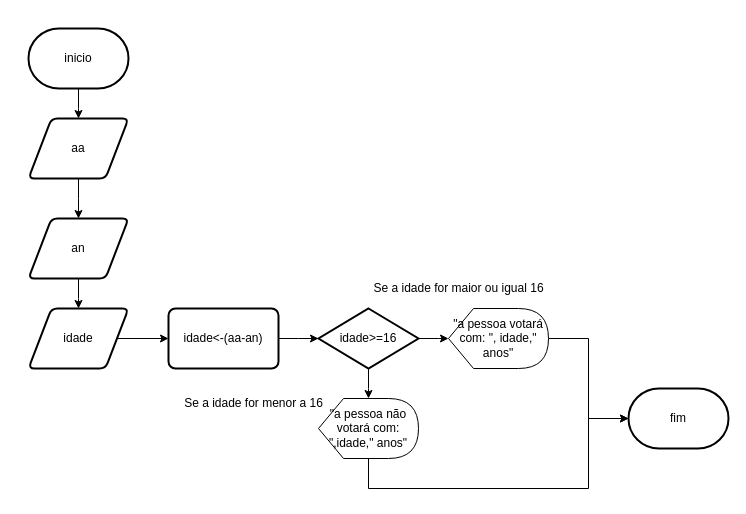
MarcosWPinheiroM/php keeps this draw.io diagram as 2ATVquestão5.drawio. Above is the earlier version. Source tidied: cells renumbered, new cells numbered last; positions are measured from the earlier drawing's top-left corner, leaving out a move shared by most shapes. Both pictures are drawn from the tidied source at 100%, with x=0, y=0 at pixel (28, 28).
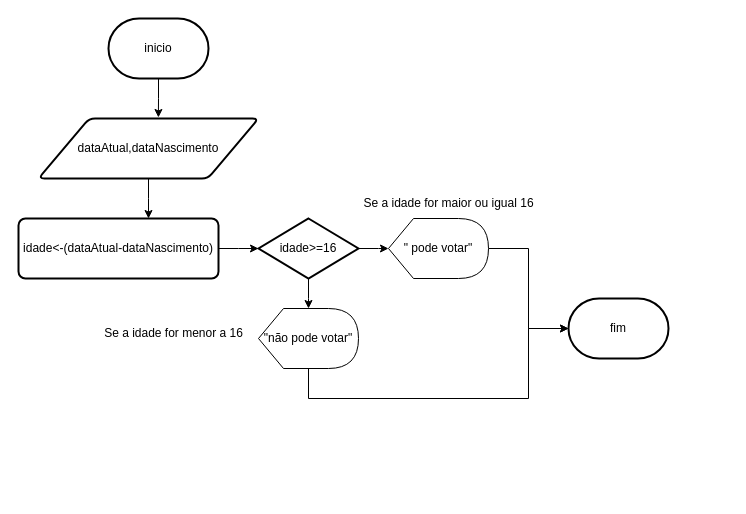
Above is the later version.

Diff of the diagram source:
```diff
@@
-    <mxCell id="2" style="edgeStyle=orthogonalEdgeStyle;rounded=0;jettySize=auto;html=1;" parent="1" edge="1" source="3">
-      <mxGeometry relative="1" as="geometry">
-        <mxPoint x="50" y="90" as="targetPoint" />
-      </mxGeometry>
-    </mxCell>
+    <mxCell id="22" style="edgeStyle=orthogonalEdgeStyle;rounded=0;jettySize=auto;html=1;entryX=0.545;entryY=-0.017;entryDx=0;entryDy=0;entryPerimeter=0;" parent="1" edge="1" source="3" target="5">
+      <mxGeometry relative="1" as="geometry" />
+    </mxCell>
     <mxCell id="3" value="inicio" style="strokeWidth=2;html=1;shape=mxgraph.flowchart.terminator;whiteSpace=wrap;" parent="1" vertex="1">
-      <mxGeometry width="100" height="60" as="geometry" />
+      <mxGeometry x="80" y="-10" width="100" height="60" as="geometry" />
     </mxCell>
-    <mxCell id="4" style="edgeStyle=orthogonalEdgeStyle;rounded=0;jettySize=auto;html=1;" parent="1" edge="1" source="5">
-      <mxGeometry relative="1" as="geometry">
-        <mxPoint x="50" y="190" as="targetPoint" />
-      </mxGeometry>
-    </mxCell>
+    <mxCell id="23" style="edgeStyle=orthogonalEdgeStyle;rounded=0;jettySize=auto;html=1;" parent="1" edge="1" source="5">
+      <mxGeometry relative="1" as="geometry">
+        <mxPoint x="120" y="190" as="targetPoint" />
+      </mxGeometry>
+    </mxCell>
-    <mxCell id="5" value="aa" style="shape=parallelogram;html=1;strokeWidth=2;perimeter=parallelogramPerimeter;whiteSpace=wrap;rounded=1;arcSize=12;size=0.23;" parent="1" vertex="1">
-      <mxGeometry y="90" width="100" height="60" as="geometry" />
+    <mxCell id="5" value="dataAtual,dataNascimento" style="shape=parallelogram;html=1;strokeWidth=2;perimeter=parallelogramPerimeter;whiteSpace=wrap;rounded=1;arcSize=12;size=0.23;" parent="1" vertex="1">
+      <mxGeometry x="10" y="90" width="220" height="60" as="geometry" />
     </mxCell>
-    <mxCell id="6" style="edgeStyle=orthogonalEdgeStyle;rounded=0;jettySize=auto;html=1;" parent="1" edge="1" source="7">
-      <mxGeometry relative="1" as="geometry">
-        <mxPoint x="50" y="280" as="targetPoint" />
-      </mxGeometry>
-    </mxCell>
-    <mxCell id="7" value="an" style="shape=parallelogram;html=1;strokeWidth=2;perimeter=parallelogramPerimeter;whiteSpace=wrap;rounded=1;arcSize=12;size=0.23;" parent="1" vertex="1">
-      <mxGeometry y="190" width="100" height="60" as="geometry" />
-    </mxCell>
-    <mxCell id="8" style="edgeStyle=orthogonalEdgeStyle;rounded=0;jettySize=auto;html=1;entryX=0;entryY=0.5;entryDx=0;entryDy=0;entryPerimeter=0;" parent="1" edge="1" source="9" target="11">
-      <mxGeometry relative="1" as="geometry" />
-    </mxCell>
-    <mxCell id="9" value="idade" style="shape=parallelogram;html=1;strokeWidth=2;perimeter=parallelogramPerimeter;whiteSpace=wrap;rounded=1;arcSize=12;size=0.23;" parent="1" vertex="1">
-      <mxGeometry y="280" width="100" height="60" as="geometry" />
-    </mxCell>
     <mxCell id="10" style="edgeStyle=orthogonalEdgeStyle;rounded=0;jettySize=auto;html=1;" parent="1" edge="1" source="11">
       <mxGeometry relative="1" as="geometry">
-        <mxPoint x="290" y="310" as="targetPoint" />
+        <mxPoint x="230" y="220" as="targetPoint" />
       </mxGeometry>
     </mxCell>
-    <mxCell id="11" value="idade&amp;lt;-(aa-an)" style="rounded=1;whiteSpace=wrap;html=1;absoluteArcSize=1;arcSize=14;strokeWidth=2;" parent="1" vertex="1">
-      <mxGeometry x="140" y="280" width="110" height="60" as="geometry" />
+    <mxCell id="11" value="idade&amp;lt;-(dataAtual-dataNascimento)" style="rounded=1;whiteSpace=wrap;html=1;absoluteArcSize=1;arcSize=14;strokeWidth=2;" parent="1" vertex="1">
+      <mxGeometry x="-10" y="190" width="200" height="60" as="geometry" />
     </mxCell>
     <mxCell id="12" style="edgeStyle=orthogonalEdgeStyle;rounded=0;jettySize=auto;html=1;" parent="1" edge="1" source="14">
       <mxGeometry relative="1" as="geometry">
-        <mxPoint x="420" y="310" as="targetPoint" />
+        <mxPoint x="360" y="220" as="targetPoint" />
       </mxGeometry>
     </mxCell>
     <mxCell id="13" style="edgeStyle=orthogonalEdgeStyle;rounded=0;jettySize=auto;html=1;" parent="1" edge="1" source="14">
       <mxGeometry relative="1" as="geometry">
-        <mxPoint x="340" y="370" as="targetPoint" />
+        <mxPoint x="280" y="280" as="targetPoint" />
       </mxGeometry>
     </mxCell>
     <mxCell id="14" value="idade&amp;gt;=16" style="strokeWidth=2;html=1;shape=mxgraph.flowchart.decision;whiteSpace=wrap;" parent="1" vertex="1">
-      <mxGeometry x="290" y="280" width="100" height="60" as="geometry" />
+      <mxGeometry x="230" y="190" width="100" height="60" as="geometry" />
     </mxCell>
     <mxCell id="15" style="edgeStyle=orthogonalEdgeStyle;rounded=0;jettySize=auto;html=1;" parent="1" edge="1" source="16">
       <mxGeometry relative="1" as="geometry">
-        <mxPoint x="600" y="390" as="targetPoint" />
+        <mxPoint x="540" y="300" as="targetPoint" />
         <Array as="points">
-          <mxPoint x="560" y="310" />
-          <mxPoint x="560" y="390" />
-          <mxPoint x="600" y="390" />
+          <mxPoint x="500" y="220" />
+          <mxPoint x="500" y="300" />
+          <mxPoint x="540" y="300" />
         </Array>
       </mxGeometry>
     </mxCell>
-    <mxCell id="16" value="&quot;a pessoa votará com: &quot;, idade,&quot; anos&quot;" style="shape=display;whiteSpace=wrap;html=1;" parent="1" vertex="1">
-      <mxGeometry x="420" y="280" width="100" height="60" as="geometry" />
+    <mxCell id="16" value="&quot; pode votar&quot;" style="shape=display;whiteSpace=wrap;html=1;" parent="1" vertex="1">
+      <mxGeometry x="360" y="190" width="100" height="60" as="geometry" />
     </mxCell>
     <mxCell id="17" style="edgeStyle=orthogonalEdgeStyle;rounded=0;jettySize=auto;html=1;" parent="1" edge="1" source="18">
       <mxGeometry relative="1" as="geometry">
-        <mxPoint x="600" y="390" as="targetPoint" />
+        <mxPoint x="540" y="300" as="targetPoint" />
         <Array as="points">
-          <mxPoint x="340" y="460" />
-          <mxPoint x="560" y="460" />
-          <mxPoint x="560" y="390" />
+          <mxPoint x="280" y="370" />
+          <mxPoint x="500" y="370" />
+          <mxPoint x="500" y="300" />
         </Array>
       </mxGeometry>
     </mxCell>
-    <mxCell id="18" value="&quot;a pessoa não votará com: &quot;,idade,&quot; anos&quot;" style="shape=display;whiteSpace=wrap;html=1;" parent="1" vertex="1">
-      <mxGeometry x="290" y="370" width="100" height="60" as="geometry" />
+    <mxCell id="18" value="&quot;não pode votar&quot;" style="shape=display;whiteSpace=wrap;html=1;" parent="1" vertex="1">
+      <mxGeometry x="230" y="280" width="100" height="60" as="geometry" />
     </mxCell>
     <mxCell id="19" value="fim" style="strokeWidth=2;html=1;shape=mxgraph.flowchart.terminator;whiteSpace=wrap;" parent="1" vertex="1">
-      <mxGeometry x="600" y="360" width="100" height="60" as="geometry" />
+      <mxGeometry x="540" y="270" width="100" height="60" as="geometry" />
     </mxCell>
     <mxCell id="20" value="Se a idade for menor a 16" style="text;html=1;align=center;verticalAlign=middle;strokeColor=none;fillColor=none;" parent="1" vertex="1">
-      <mxGeometry x="140" y="360" width="170" height="30" as="geometry" />
+      <mxGeometry x="60" y="290" width="170" height="30" as="geometry" />
     </mxCell>
     <mxCell id="21" value="Se a idade for maior ou igual 16" style="text;html=1;align=center;verticalAlign=middle;strokeColor=none;fillColor=none;" parent="1" vertex="1">
-      <mxGeometry x="330" y="245" width="200" height="30" as="geometry" />
+      <mxGeometry x="320" y="160" width="200" height="30" as="geometry" />
     </mxCell>
```
